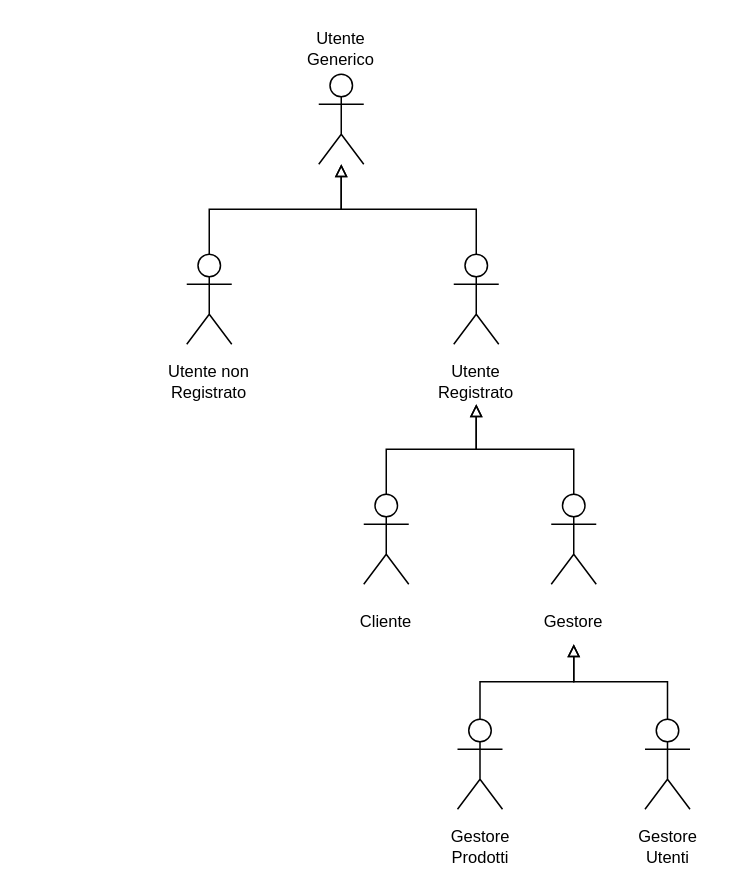
This is Documenti progetto/Utenti.drawio from AlfredoUNISA/SecondLifeTech, a draw.io file, before an edit. Source tidied: cells renumbered, new cells numbered last; positions are measured from the earlier drawing's top-left corner, leaving out a move shared by most shapes. Both pictures are drawn from the tidied source at 150%, with x=0, y=0 at pixel (164, 26).
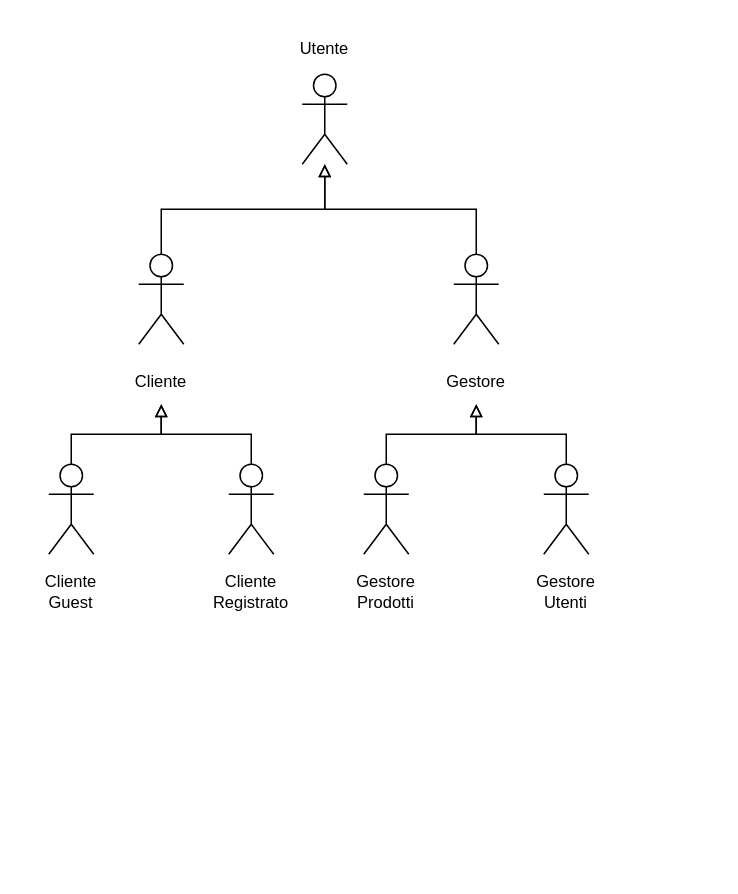
After the change.

Unchanged cells that the change refers to:
```xml
<mxCell id="9" style="group;" parent="1" vertex="1">
  <mxGeometry x="178" y="152" width="60" height="100" as="geometry" />
</mxCell>
<mxCell id="14" style="shape=umlActor;verticalLabelPosition=bottom;verticalAlign=top;html=1;outlineConnect=0;" parent="13" vertex="1">
  <mxGeometry x="15" width="30" height="60" as="geometry" />
</mxCell>
<mxCell id="22" style="shape=umlActor;verticalLabelPosition=bottom;verticalAlign=top;html=1;outlineConnect=0;" parent="21" vertex="1">
  <mxGeometry x="15" width="30" height="60" as="geometry" />
</mxCell>
<mxCell id="25" style="shape=umlActor;verticalLabelPosition=bottom;verticalAlign=top;html=1;outlineConnect=0;" parent="24" vertex="1">
  <mxGeometry x="15" width="30" height="60" as="geometry" />
</mxCell>
```

Change to the diagram source:
```diff
@@
     <mxCell id="2" style="group;" parent="1" vertex="1">
-      <mxGeometry x="88" width="60" height="92" as="geometry" />
+      <mxGeometry x="77" width="60" height="92" as="geometry" />
     </mxCell>
@@
-    <mxCell id="4" value="Utente Generico" style="text;html=1;strokeColor=none;fillColor=none;align=center;verticalAlign=middle;whiteSpace=wrap;rounded=0;fontSize=11;" parent="2" vertex="1">
+    <mxCell id="4" value="Utente" style="text;html=1;strokeColor=none;fillColor=none;align=center;verticalAlign=middle;whiteSpace=wrap;rounded=0;fontSize=11;" parent="2" vertex="1">
       <mxGeometry width="60" height="30" as="geometry" />
     </mxCell>
     <mxCell id="5" style="group;" parent="1" vertex="1">
-      <mxGeometry y="152" width="60" height="100" as="geometry" />
+      <mxGeometry x="-32" y="152" width="60" height="100" as="geometry" />
     </mxCell>
@@
-    <mxCell id="7" value="Utente non&lt;br&gt;Registrato" style="text;html=1;strokeColor=none;fillColor=none;align=center;verticalAlign=middle;whiteSpace=wrap;rounded=0;fontSize=11;" parent="5" vertex="1">
+    <mxCell id="7" value="Cliente" style="text;html=1;strokeColor=none;fillColor=none;align=center;verticalAlign=middle;whiteSpace=wrap;rounded=0;fontSize=11;" parent="5" vertex="1">
       <mxGeometry y="70" width="60" height="30" as="geometry" />
     </mxCell>
@@
-    <mxCell id="11" value="Utente&lt;br&gt;Registrato" style="text;html=1;strokeColor=none;fillColor=none;align=center;verticalAlign=middle;whiteSpace=wrap;rounded=0;fontSize=11;" parent="9" vertex="1">
+    <mxCell id="11" value="Gestore" style="text;html=1;strokeColor=none;fillColor=none;align=center;verticalAlign=middle;whiteSpace=wrap;rounded=0;fontSize=11;" parent="9" vertex="1">
       <mxGeometry y="70" width="60" height="30" as="geometry" />
     </mxCell>
@@
     <mxCell id="13" style="group;" parent="1" vertex="1">
-      <mxGeometry x="118" y="312" width="60" height="100" as="geometry" />
+      <mxGeometry x="-92" y="292" width="60" height="100" as="geometry" />
     </mxCell>
@@
-    <mxCell id="15" value="Cliente" style="text;html=1;strokeColor=none;fillColor=none;align=center;verticalAlign=middle;whiteSpace=wrap;rounded=0;fontSize=11;" parent="13" vertex="1">
+    <mxCell id="15" value="Cliente&lt;br&gt;Guest" style="text;html=1;strokeColor=none;fillColor=none;align=center;verticalAlign=middle;whiteSpace=wrap;rounded=0;fontSize=11;" parent="13" vertex="1">
       <mxGeometry y="70" width="60" height="30" as="geometry" />
     </mxCell>
-    <mxCell id="16" style="group;" parent="1" vertex="1">
-      <mxGeometry x="243" y="312" width="60" height="100" as="geometry" />
-    </mxCell>
-    <mxCell id="17" style="shape=umlActor;verticalLabelPosition=bottom;verticalAlign=top;html=1;outlineConnect=0;" parent="16" vertex="1">
-      <mxGeometry x="15" width="30" height="60" as="geometry" />
-    </mxCell>
-    <mxCell id="18" value="Gestore" style="text;html=1;strokeColor=none;fillColor=none;align=center;verticalAlign=middle;whiteSpace=wrap;rounded=0;fontSize=11;" parent="16" vertex="1">
-      <mxGeometry y="70" width="60" height="30" as="geometry" />
-    </mxCell>
-    <mxCell id="19" style="edgeStyle=orthogonalEdgeStyle;rounded=0;jettySize=auto;html=1;exitX=0.5;exitY=0;exitDx=0;exitDy=0;exitPerimeter=0;entryX=0.5;entryY=1;entryDx=0;entryDy=0;fontSize=11;startArrow=none;startFill=0;endArrow=block;endFill=0;" parent="1" edge="1" source="14" target="11">
-      <mxGeometry relative="1" as="geometry" />
-    </mxCell>
-    <mxCell id="20" style="edgeStyle=orthogonalEdgeStyle;rounded=0;jettySize=auto;html=1;exitX=0.5;exitY=0;exitDx=0;exitDy=0;exitPerimeter=0;entryX=0.5;entryY=1;entryDx=0;entryDy=0;fontSize=11;startArrow=none;startFill=0;endArrow=block;endFill=0;" parent="1" edge="1" source="17" target="11">
-      <mxGeometry relative="1" as="geometry" />
-    </mxCell>
     <mxCell id="21" style="group;" parent="1" vertex="1">
-      <mxGeometry x="180.5" y="462" width="60" height="100" as="geometry" />
+      <mxGeometry x="118" y="292" width="60" height="100" as="geometry" />
     </mxCell>
@@
     <mxCell id="24" style="group;" parent="1" vertex="1">
-      <mxGeometry x="305.5" y="462" width="60" height="100" as="geometry" />
+      <mxGeometry x="238" y="292" width="60" height="100" as="geometry" />
     </mxCell>
@@
-    <mxCell id="27" style="edgeStyle=orthogonalEdgeStyle;rounded=0;jettySize=auto;html=1;exitX=0.5;exitY=0;exitDx=0;exitDy=0;exitPerimeter=0;entryX=0.5;entryY=1;entryDx=0;entryDy=0;fontSize=11;startArrow=none;startFill=0;endArrow=block;endFill=0;" parent="1" edge="1" source="22" target="18">
-      <mxGeometry relative="1" as="geometry" />
-    </mxCell>
-    <mxCell id="28" style="edgeStyle=orthogonalEdgeStyle;rounded=0;jettySize=auto;html=1;exitX=0.5;exitY=0;exitDx=0;exitDy=0;exitPerimeter=0;fontSize=11;startArrow=none;startFill=0;endArrow=block;endFill=0;" parent="1" edge="1" source="25" target="18">
-      <mxGeometry relative="1" as="geometry" />
-    </mxCell>
+    <mxCell id="29" style="edgeStyle=orthogonalEdgeStyle;rounded=0;jettySize=auto;html=1;exitX=0.5;exitY=0;exitDx=0;exitDy=0;exitPerimeter=0;endArrow=block;endFill=0;" parent="1" edge="1" source="14" target="7">
+      <mxGeometry relative="1" as="geometry" />
+    </mxCell>
+    <mxCell id="30" style="group;" parent="1" vertex="1">
+      <mxGeometry x="28" y="292" width="60" height="100" as="geometry" />
+    </mxCell>
+    <mxCell id="17" style="shape=umlActor;verticalLabelPosition=bottom;verticalAlign=top;html=1;outlineConnect=0;" parent="30" vertex="1">
+      <mxGeometry x="15" width="30" height="60" as="geometry" />
+    </mxCell>
+    <mxCell id="31" value="Cliente&lt;br&gt;Registrato" style="text;html=1;strokeColor=none;fillColor=none;align=center;verticalAlign=middle;whiteSpace=wrap;rounded=0;fontSize=11;" parent="30" vertex="1">
+      <mxGeometry y="70" width="60" height="30" as="geometry" />
+    </mxCell>
+    <mxCell id="32" style="edgeStyle=orthogonalEdgeStyle;rounded=0;jettySize=auto;html=1;exitX=0.5;exitY=0;exitDx=0;exitDy=0;exitPerimeter=0;entryX=0.5;entryY=1;entryDx=0;entryDy=0;endArrow=block;endFill=0;" parent="1" edge="1" source="17" target="7">
+      <mxGeometry relative="1" as="geometry" />
+    </mxCell>
+    <mxCell id="33" style="edgeStyle=orthogonalEdgeStyle;rounded=0;jettySize=auto;html=1;exitX=0.5;exitY=0;exitDx=0;exitDy=0;exitPerimeter=0;entryX=0.5;entryY=1;entryDx=0;entryDy=0;endArrow=block;endFill=0;" parent="1" edge="1" source="25" target="11">
+      <mxGeometry relative="1" as="geometry" />
+    </mxCell>
+    <mxCell id="34" style="edgeStyle=orthogonalEdgeStyle;rounded=0;jettySize=auto;html=1;exitX=0.5;exitY=0;exitDx=0;exitDy=0;exitPerimeter=0;entryX=0.5;entryY=1;entryDx=0;entryDy=0;endArrow=block;endFill=0;" parent="1" edge="1" source="22" target="11">
+      <mxGeometry relative="1" as="geometry" />
+    </mxCell>
```
